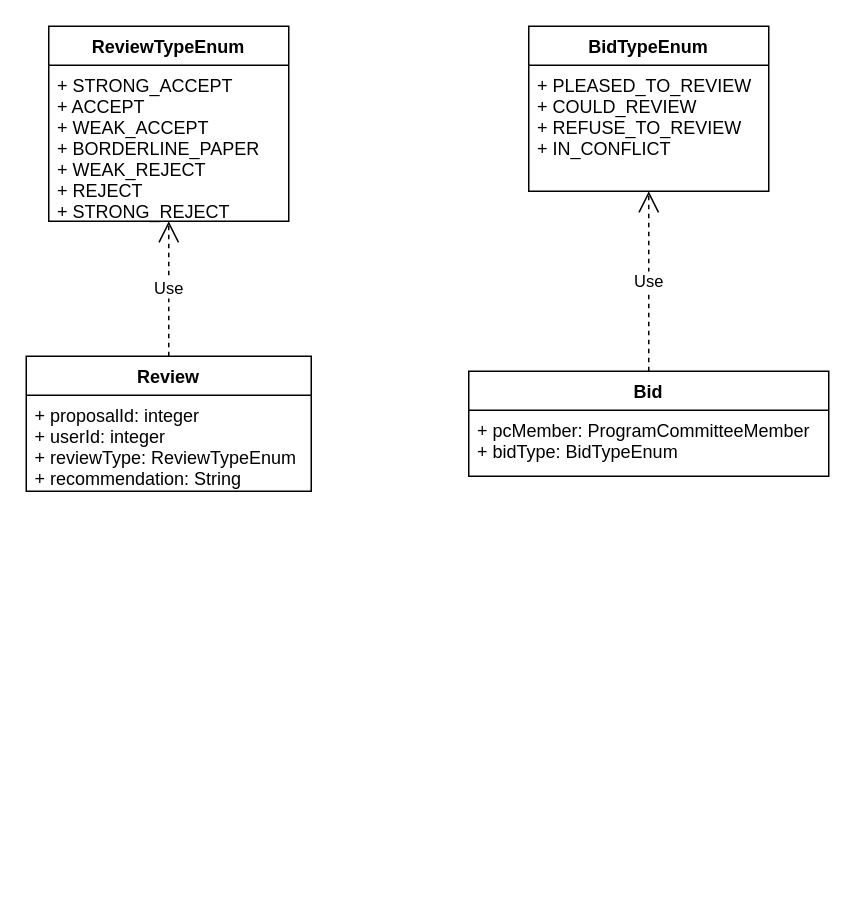
raresica1234/ATAR-SE keeps this draw.io diagram as Documentation/Diagrams/Class/Bid_Review_classes.drawio. Above is the earlier version. Source tidied: cells renumbered, new cells numbered last; positions are measured from the earlier drawing's top-left corner, leaving out a move shared by most shapes. Both pictures are drawn from the tidied source at 150%, with x=0, y=0 at pixel (26, 26).
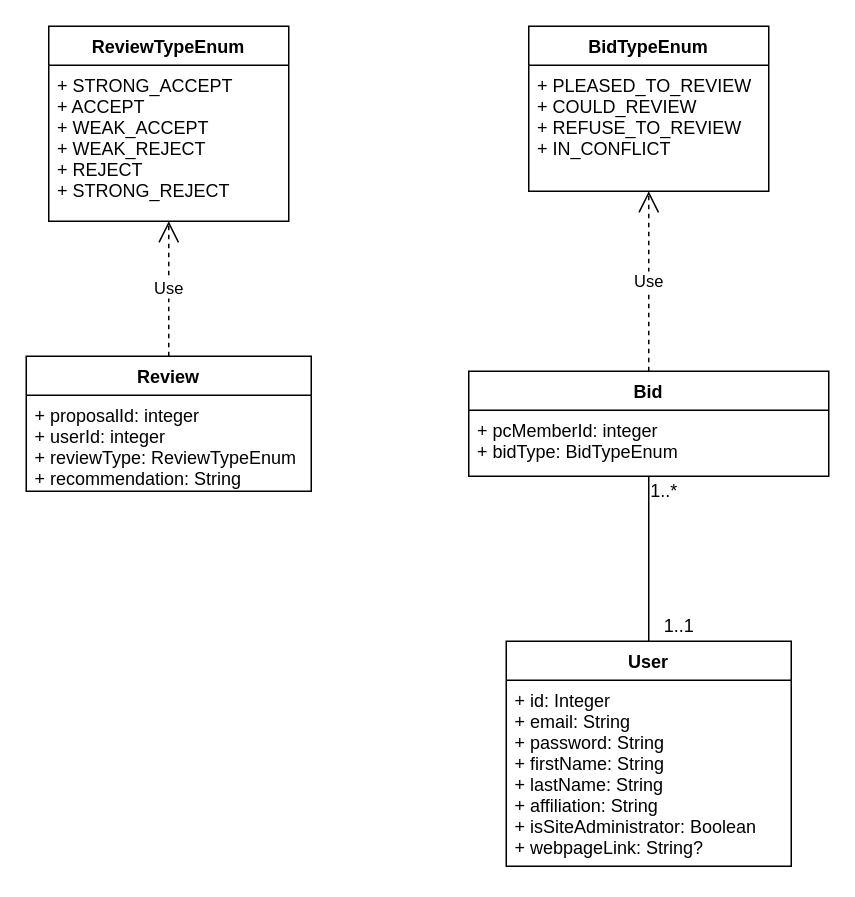
After the change.

Commit message:
Updated Review and Bid classes.

The edit, as a diff of the source:
```diff
@@
 <mxGraphModel>
   <root>
     <mxCell id="0" />
     <mxCell id="1" parent="0" />
     <mxCell id="2" value="Bid" style="swimlane;fontStyle=1;align=center;verticalAlign=top;horizontal=1;startSize=26;" parent="1" vertex="1">
       <mxGeometry x="295" y="230" width="240" height="70" as="geometry" />
     </mxCell>
-    <mxCell id="3" value="+ pcMember: ProgramCommitteeMember&#10;+ bidType: BidTypeEnum" style="text;strokeColor=none;fillColor=none;align=left;verticalAlign=top;spacingLeft=4;spacingRight=4;overflow=hidden;" parent="2" vertex="1">
+    <mxCell id="3" value="+ pcMemberId: integer&#10;+ bidType: BidTypeEnum" style="text;strokeColor=none;fillColor=none;align=left;verticalAlign=top;spacingLeft=4;spacingRight=4;overflow=hidden;" parent="2" vertex="1">
       <mxGeometry y="26" width="240" height="44" as="geometry" />
     </mxCell>
     <mxCell id="4" value="Review" style="swimlane;fontStyle=1;align=center;verticalAlign=top;horizontal=1;startSize=26;" parent="1" vertex="1">
       <mxGeometry y="220" width="190" height="90" as="geometry" />
     </mxCell>
     <mxCell id="5" value="+ proposalId: integer&#10;+ userId: integer&#10;+ reviewType: ReviewTypeEnum&#10;+ recommendation: String" style="text;strokeColor=none;fillColor=none;align=left;verticalAlign=top;spacingLeft=4;spacingRight=4;overflow=hidden;" parent="4" vertex="1">
       <mxGeometry y="26" width="190" height="64" as="geometry" />
     </mxCell>
     <mxCell id="6" value="ReviewTypeEnum" style="swimlane;fontStyle=1;align=center;verticalAlign=top;horizontal=1;startSize=26;" parent="1" vertex="1">
       <mxGeometry x="15" width="160" height="130" as="geometry" />
     </mxCell>
-    <mxCell id="7" value="+ STRONG_ACCEPT&#10;+ ACCEPT&#10;+ WEAK_ACCEPT&#10;+ BORDERLINE_PAPER&#10;+ WEAK_REJECT&#10;+ REJECT&#10;+ STRONG_REJECT" style="text;strokeColor=none;fillColor=none;align=left;verticalAlign=top;spacingLeft=4;spacingRight=4;overflow=hidden;" parent="6" vertex="1">
+    <mxCell id="7" value="+ STRONG_ACCEPT&#10;+ ACCEPT&#10;+ WEAK_ACCEPT&#10;+ WEAK_REJECT&#10;+ REJECT&#10;+ STRONG_REJECT" style="text;strokeColor=none;fillColor=none;align=left;verticalAlign=top;spacingLeft=4;spacingRight=4;overflow=hidden;" parent="6" vertex="1">
       <mxGeometry y="26" width="160" height="104" as="geometry" />
     </mxCell>
     <mxCell id="8" value="Use" style="endArrow=open;endSize=12;dashed=1;html=1;" parent="1" edge="1" source="4" target="6">
       <mxGeometry relative="1" as="geometry" />
     </mxCell>
     <mxCell id="9" value="BidTypeEnum" style="swimlane;fontStyle=1;align=center;verticalAlign=top;horizontal=1;startSize=26;" parent="1" vertex="1">
       <mxGeometry x="335" width="160" height="110" as="geometry" />
     </mxCell>
     <mxCell id="10" value="+ PLEASED_TO_REVIEW&#10;+ COULD_REVIEW&#10;+ REFUSE_TO_REVIEW&#10;+ IN_CONFLICT" style="text;strokeColor=none;fillColor=none;align=left;verticalAlign=top;spacingLeft=4;spacingRight=4;overflow=hidden;" parent="9" vertex="1">
       <mxGeometry y="26" width="160" height="84" as="geometry" />
     </mxCell>
     <mxCell id="11" value="Use" style="endArrow=open;endSize=12;dashed=1;html=1;" parent="1" edge="1" source="2" target="9">
       <mxGeometry relative="1" as="geometry" />
     </mxCell>
+    <mxCell id="12" value="User" style="swimlane;fontStyle=1;align=center;verticalAlign=top;horizontal=1;startSize=26;" parent="1" vertex="1">
+      <mxGeometry x="320" y="410" width="190" height="150" as="geometry" />
+    </mxCell>
+    <mxCell id="13" value="+ id: Integer&#10;+ email: String&#10;+ password: String&#10;+ firstName: String&#10;+ lastName: String&#10;+ affiliation: String&#10;+ isSiteAdministrator: Boolean&#10;+ webpageLink: String?" style="text;strokeColor=none;fillColor=none;align=left;verticalAlign=top;spacingLeft=4;spacingRight=4;overflow=hidden;" parent="12" vertex="1">
+      <mxGeometry y="26" width="190" height="124" as="geometry" />
+    </mxCell>
+    <mxCell id="14" style="endArrow=none;html=1;" parent="1" edge="1" source="12" target="2">
+      <mxGeometry relative="1" as="geometry" />
+    </mxCell>
+    <mxCell id="15" value="1..1" style="text;html=1;align=center;verticalAlign=middle;" parent="1" vertex="1">
+      <mxGeometry x="415" y="390" width="40" height="20" as="geometry" />
+    </mxCell>
+    <mxCell id="16" value="1..*" style="text;html=1;align=center;verticalAlign=middle;" parent="1" vertex="1">
+      <mxGeometry x="410" y="300" width="30" height="20" as="geometry" />
+    </mxCell>
   </root>
 </mxGraphModel>
```
